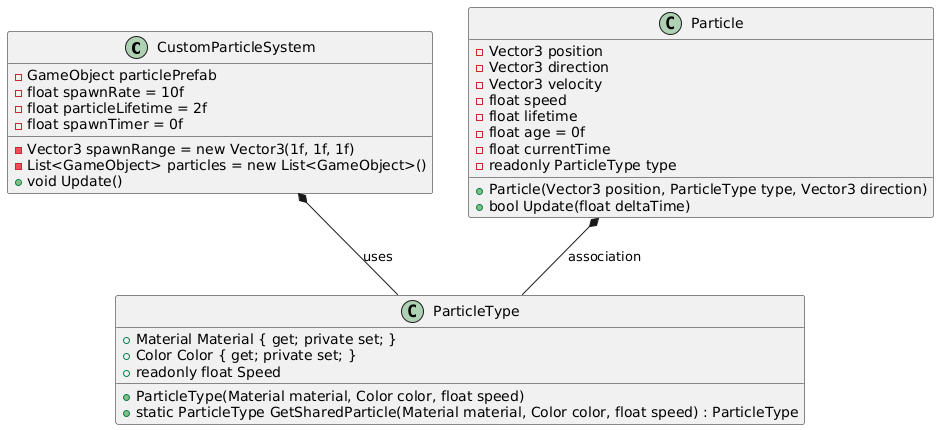
The PlantUML diagram DiagramaDeClasesParticles/DiagramaDeClases.png in Marcosky1/Lab12-prototipo, before a commit. The source it was exported from:
```plantuml
@startuml
class CustomParticleSystem {
    - GameObject particlePrefab
    - float spawnRate = 10f
    - Vector3 spawnRange = new Vector3(1f, 1f, 1f)
    - float particleLifetime = 2f
    - float spawnTimer = 0f
    - List<GameObject> particles = new List<GameObject>()
    + void Update()
}

class ParticleType {
    + Material Material { get; private set; }
    + Color Color { get; private set; }
    + readonly float Speed
    + ParticleType(Material material, Color color, float speed)
    + static ParticleType GetSharedParticle(Material material, Color color, float speed) : ParticleType
}

class Particle {
    - Vector3 position
    - Vector3 direction
    - Vector3 velocity
    - float speed
    - float lifetime
    - float age = 0f
    - float currentTime
    - readonly ParticleType type
    + Particle(Vector3 position, ParticleType type, Vector3 direction)
    + bool Update(float deltaTime)
}

CustomParticleSystem *-- ParticleType : uses
Particle *-- ParticleType : association
@enduml
```
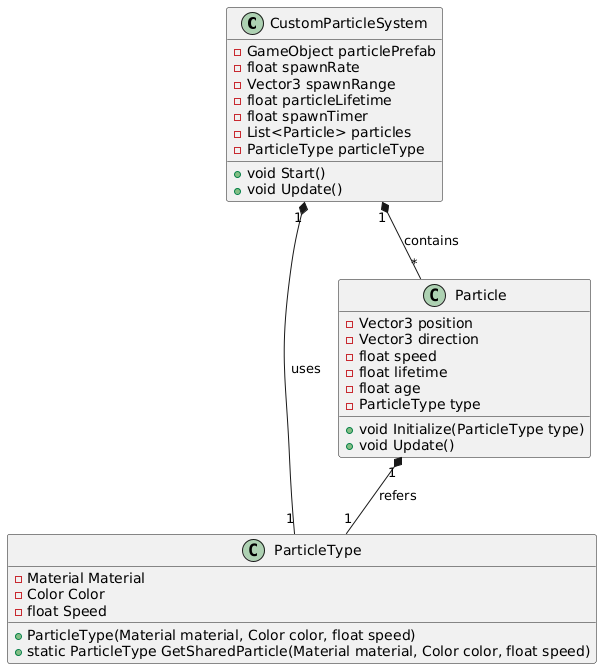
The same diagram one commit later.

Commit message:
Flyweight Pattern in particle system

Diff of the diagram source:
```diff
@@ -1,35 +1,36 @@
 @startuml
 class CustomParticleSystem {
     - GameObject particlePrefab
-    - float spawnRate = 10f
-    - Vector3 spawnRange = new Vector3(1f, 1f, 1f)
-    - float particleLifetime = 2f
-    - float spawnTimer = 0f
-    - List<GameObject> particles = new List<GameObject>()
+    - float spawnRate
+    - Vector3 spawnRange
+    - float particleLifetime
+    - float spawnTimer
+    - List<Particle> particles
+    - ParticleType particleType
+    + void Start()
     + void Update()
 }
 
 class ParticleType {
-    + Material Material { get; private set; }
-    + Color Color { get; private set; }
-    + readonly float Speed
+    - Material Material
+    - Color Color
+    - float Speed
     + ParticleType(Material material, Color color, float speed)
-    + static ParticleType GetSharedParticle(Material material, Color color, float speed) : ParticleType
+    + static ParticleType GetSharedParticle(Material material, Color color, float speed)
 }
 
 class Particle {
     - Vector3 position
     - Vector3 direction
-    - Vector3 velocity
     - float speed
     - float lifetime
-    - float age = 0f
-    - float currentTime
-    - readonly ParticleType type
-    + Particle(Vector3 position, ParticleType type, Vector3 direction)
-    + bool Update(float deltaTime)
+    - float age
+    - ParticleType type
+    + void Initialize(ParticleType type)
+    + void Update()
 }
 
-CustomParticleSystem *-- ParticleType : uses
-Particle *-- ParticleType : association
+CustomParticleSystem "1" *-- "*" Particle : contains
+CustomParticleSystem "1" *-- "1" ParticleType : uses
+Particle "1" *-- "1" ParticleType : refers
 @enduml
```
